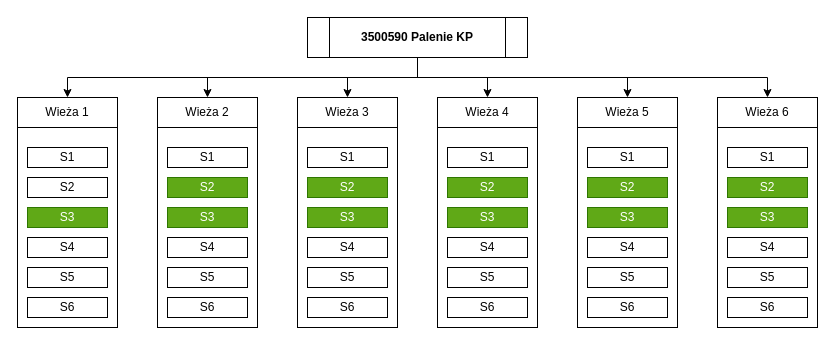
Earlier version of the draw.io diagram Diagram bez tytułu.drawio (goth1x/Baltic-Operator). Source tidied: cells renumbered, new cells numbered last; positions are measured from the earlier drawing's top-left corner, leaving out a move shared by most shapes. Both pictures are drawn from the tidied source at 100%, with x=0, y=0 at pixel (17, 17).
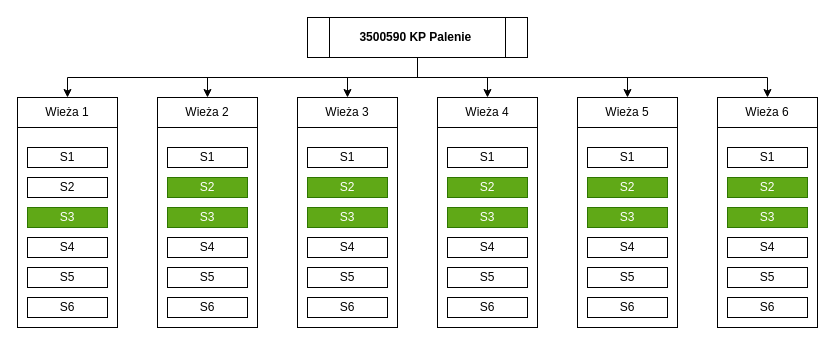
The same diagram, later.

Diff of the diagram source:
```diff
@@
-    <mxCell id="14" value="&lt;b&gt;3500590 Palenie KP&lt;/b&gt;" style="shape=process;whiteSpace=wrap;html=1;backgroundOutline=1;gradientColor=none;gradientDirection=radial;" parent="1" vertex="1">
+    <mxCell id="14" value="&lt;b&gt;3500590 KP Palenie&amp;nbsp;&lt;/b&gt;" style="shape=process;whiteSpace=wrap;html=1;backgroundOutline=1;gradientColor=none;gradientDirection=radial;" parent="1" vertex="1">
       <mxGeometry x="290" width="220" height="40" as="geometry" />
     </mxCell>
```
